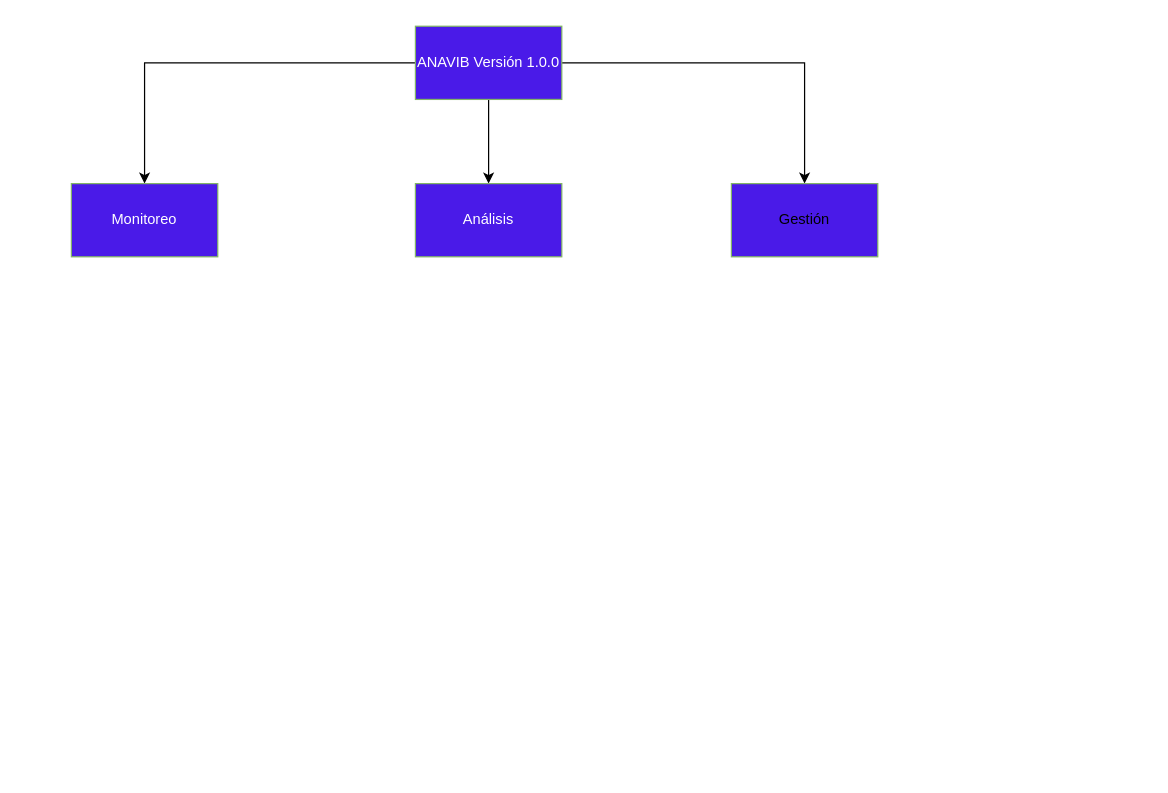
This is Diagramas/Untitled Diagram.drawio from Cesar0112/ANAVIB, a draw.io file, before an edit. Source tidied: cells renumbered, new cells numbered last; positions are measured from the earlier drawing's top-left corner, leaving out a move shared by most shapes. Both pictures are drawn from the tidied source at 122%, with x=0, y=0 at pixel (71, 26).
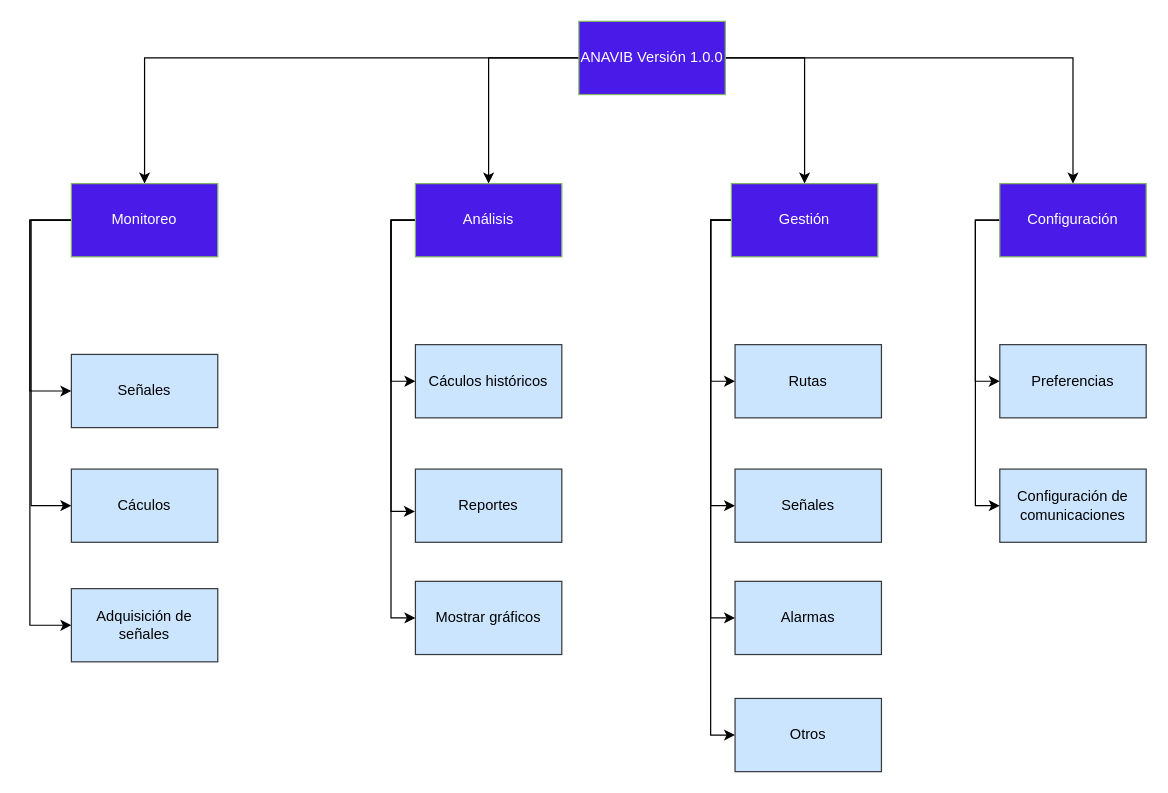
The same page after the edit.

The change refers to these unchanged cells:
```xml
<mxCell id="6" value="&lt;font color=&quot;#ffffff&quot;&gt;Monitoreo&lt;/font&gt;" style="rounded=0;whiteSpace=wrap;html=1;fillColor=#4A1AE8;strokeColor=#82b366;" parent="1" vertex="1">
  <mxGeometry y="129" width="120" height="60" as="geometry" />
</mxCell>
<mxCell id="7" value="&lt;font color=&quot;#ffffff&quot;&gt;Análisis&lt;/font&gt;" style="rounded=0;whiteSpace=wrap;html=1;fillColor=#4A1AE8;strokeColor=#82b366;" parent="1" vertex="1">
  <mxGeometry x="282" y="129" width="120" height="60" as="geometry" />
</mxCell>
```

The edit, as a diff of the source:
```diff
@@
+    <mxCell id="9" style="edgeStyle=orthogonalEdgeStyle;rounded=0;jettySize=auto;html=1;exitX=1;exitY=0.5;exitDx=0;exitDy=0;" parent="1" edge="1" source="5" target="22">
+      <mxGeometry relative="1" as="geometry" />
+    </mxCell>
     <mxCell id="5" value="&lt;font color=&quot;#ffffff&quot;&gt;ANAVIB Versión 1.0.0&lt;/font&gt;" style="rounded=0;whiteSpace=wrap;html=1;fillColor=#4A1AE8;strokeColor=#82b366;" parent="1" vertex="1">
-      <mxGeometry x="282" width="120" height="60" as="geometry" />
+      <mxGeometry x="416" y="-4" width="120" height="60" as="geometry" />
     </mxCell>
+    <mxCell id="10" style="edgeStyle=orthogonalEdgeStyle;rounded=0;jettySize=auto;html=1;" parent="1" edge="1" source="6" target="23">
+      <mxGeometry relative="1" as="geometry">
+        <Array as="points">
+          <mxPoint x="-34" y="159" />
+          <mxPoint x="-34" y="299" />
+        </Array>
+      </mxGeometry>
+    </mxCell>
+    <mxCell id="11" style="edgeStyle=orthogonalEdgeStyle;rounded=0;jettySize=auto;html=1;entryX=0;entryY=0.5;entryDx=0;entryDy=0;exitX=0.014;exitY=0.387;exitDx=0;exitDy=0;exitPerimeter=0;" parent="1" edge="1" source="6" target="24">
+      <mxGeometry relative="1" as="geometry">
+        <Array as="points">
+          <mxPoint x="2" y="159" />
+          <mxPoint x="-33" y="159" />
+          <mxPoint x="-33" y="393" />
+        </Array>
+      </mxGeometry>
+    </mxCell>
+    <mxCell id="12" style="edgeStyle=orthogonalEdgeStyle;rounded=0;jettySize=auto;html=1;entryX=0;entryY=0.5;entryDx=0;entryDy=0;" parent="1" edge="1" source="6" target="25">
+      <mxGeometry relative="1" as="geometry">
+        <Array as="points">
+          <mxPoint x="-34" y="159" />
+          <mxPoint x="-34" y="491" />
+        </Array>
+      </mxGeometry>
+    </mxCell>
@@
+    <mxCell id="13" style="edgeStyle=orthogonalEdgeStyle;rounded=0;jettySize=auto;html=1;entryX=0;entryY=0.5;entryDx=0;entryDy=0;" parent="1" edge="1" source="7" target="26">
+      <mxGeometry relative="1" as="geometry">
+        <Array as="points">
+          <mxPoint x="262" y="159" />
+          <mxPoint x="262" y="291" />
+        </Array>
+      </mxGeometry>
+    </mxCell>
+    <mxCell id="14" style="edgeStyle=orthogonalEdgeStyle;rounded=0;jettySize=auto;html=1;entryX=-0.003;entryY=0.579;entryDx=0;entryDy=0;entryPerimeter=0;" parent="1" edge="1" source="7" target="27">
+      <mxGeometry relative="1" as="geometry">
+        <Array as="points">
+          <mxPoint x="262" y="159" />
+          <mxPoint x="262" y="398" />
+        </Array>
+      </mxGeometry>
+    </mxCell>
+    <mxCell id="15" style="edgeStyle=orthogonalEdgeStyle;rounded=0;jettySize=auto;html=1;entryX=0;entryY=0.5;entryDx=0;entryDy=0;" parent="1" edge="1" source="7" target="28">
+      <mxGeometry relative="1" as="geometry">
+        <Array as="points">
+          <mxPoint x="262" y="159" />
+          <mxPoint x="262" y="485" />
+        </Array>
+      </mxGeometry>
+    </mxCell>
@@
+    <mxCell id="16" style="edgeStyle=orthogonalEdgeStyle;rounded=0;jettySize=auto;html=1;entryX=0;entryY=0.5;entryDx=0;entryDy=0;" parent="1" edge="1" source="8" target="29">
+      <mxGeometry relative="1" as="geometry">
+        <Array as="points">
+          <mxPoint x="524" y="159" />
+          <mxPoint x="524" y="291" />
+        </Array>
+      </mxGeometry>
+    </mxCell>
+    <mxCell id="17" style="edgeStyle=orthogonalEdgeStyle;rounded=0;jettySize=auto;html=1;entryX=0;entryY=0.5;entryDx=0;entryDy=0;" parent="1" edge="1" source="8" target="30">
+      <mxGeometry relative="1" as="geometry">
+        <Array as="points">
+          <mxPoint x="524" y="159" />
+          <mxPoint x="524" y="393" />
+        </Array>
+      </mxGeometry>
+    </mxCell>
+    <mxCell id="18" style="edgeStyle=orthogonalEdgeStyle;rounded=0;jettySize=auto;html=1;entryX=0;entryY=0.5;entryDx=0;entryDy=0;" parent="1" edge="1" source="8" target="31">
+      <mxGeometry relative="1" as="geometry">
+        <Array as="points">
+          <mxPoint x="524" y="159" />
+          <mxPoint x="524" y="485" />
+        </Array>
+      </mxGeometry>
+    </mxCell>
+    <mxCell id="19" style="edgeStyle=orthogonalEdgeStyle;rounded=0;jettySize=auto;html=1;entryX=0;entryY=0.5;entryDx=0;entryDy=0;" parent="1" edge="1" source="8" target="32">
+      <mxGeometry relative="1" as="geometry">
+        <Array as="points">
+          <mxPoint x="524" y="159" />
+          <mxPoint x="524" y="581" />
+        </Array>
+      </mxGeometry>
+    </mxCell>
-    <mxCell id="8" value="Gestión" style="whiteSpace=wrap;html=1;fillColor=#4A1AE8;strokeColor=#82b366;rounded=0;" parent="1" vertex="1">
+    <mxCell id="8" value="Gestión" style="whiteSpace=wrap;html=1;fillColor=#4A1AE8;strokeColor=#82b366;rounded=0;fontColor=#FFFFFF;" parent="1" vertex="1">
       <mxGeometry x="541" y="129" width="120" height="60" as="geometry" />
     </mxCell>
+    <mxCell id="20" style="edgeStyle=orthogonalEdgeStyle;rounded=0;jettySize=auto;html=1;entryX=0;entryY=0.5;entryDx=0;entryDy=0;" parent="1" edge="1" source="22" target="33">
+      <mxGeometry relative="1" as="geometry">
+        <Array as="points">
+          <mxPoint x="741" y="159" />
+          <mxPoint x="741" y="291" />
+        </Array>
+      </mxGeometry>
+    </mxCell>
+    <mxCell id="21" style="edgeStyle=orthogonalEdgeStyle;rounded=0;jettySize=auto;html=1;entryX=0;entryY=0.5;entryDx=0;entryDy=0;" parent="1" edge="1" source="22" target="34">
+      <mxGeometry relative="1" as="geometry">
+        <Array as="points">
+          <mxPoint x="741" y="159" />
+          <mxPoint x="741" y="393" />
+        </Array>
+      </mxGeometry>
+    </mxCell>
+    <mxCell id="22" value="Configuración" style="whiteSpace=wrap;html=1;fillColor=#4A1AE8;strokeColor=#82b366;rounded=0;fontColor=#FFFFFF;" parent="1" vertex="1">
+      <mxGeometry x="761" y="129" width="120" height="60" as="geometry" />
+    </mxCell>
+    <mxCell id="23" value="Señales" style="rounded=0;whiteSpace=wrap;html=1;fillColor=#cce5ff;strokeColor=#36393d;labelBackgroundColor=none;" parent="1" vertex="1">
+      <mxGeometry y="269" width="120" height="60" as="geometry" />
+    </mxCell>
+    <mxCell id="24" value="Cáculos" style="rounded=0;whiteSpace=wrap;html=1;fillColor=#cce5ff;strokeColor=#36393d;labelBackgroundColor=none;" parent="1" vertex="1">
+      <mxGeometry y="363" width="120" height="60" as="geometry" />
+    </mxCell>
+    <mxCell id="25" value="Adquisición de señales" style="rounded=0;whiteSpace=wrap;html=1;fillColor=#cce5ff;strokeColor=#36393d;labelBackgroundColor=none;" parent="1" vertex="1">
+      <mxGeometry y="461" width="120" height="60" as="geometry" />
+    </mxCell>
+    <mxCell id="26" value="Cáculos históricos" style="rounded=0;whiteSpace=wrap;html=1;fillColor=#cce5ff;strokeColor=#36393d;labelBackgroundColor=none;" parent="1" vertex="1">
+      <mxGeometry x="282" y="261" width="120" height="60" as="geometry" />
+    </mxCell>
+    <mxCell id="27" value="Reportes" style="rounded=0;whiteSpace=wrap;html=1;fillColor=#cce5ff;strokeColor=#36393d;labelBackgroundColor=none;" parent="1" vertex="1">
+      <mxGeometry x="282" y="363" width="120" height="60" as="geometry" />
+    </mxCell>
+    <mxCell id="28" value="Mostrar gráficos" style="rounded=0;whiteSpace=wrap;html=1;fillColor=#cce5ff;strokeColor=#36393d;labelBackgroundColor=none;" parent="1" vertex="1">
+      <mxGeometry x="282" y="455" width="120" height="60" as="geometry" />
+    </mxCell>
+    <mxCell id="29" value="Rutas" style="rounded=0;whiteSpace=wrap;html=1;fillColor=#cce5ff;strokeColor=#36393d;labelBackgroundColor=none;" parent="1" vertex="1">
+      <mxGeometry x="544" y="261" width="120" height="60" as="geometry" />
+    </mxCell>
+    <mxCell id="30" value="Señales" style="rounded=0;whiteSpace=wrap;html=1;fillColor=#cce5ff;strokeColor=#36393d;labelBackgroundColor=none;" parent="1" vertex="1">
+      <mxGeometry x="544" y="363" width="120" height="60" as="geometry" />
+    </mxCell>
+    <mxCell id="31" value="Alarmas" style="rounded=0;whiteSpace=wrap;html=1;fillColor=#cce5ff;strokeColor=#36393d;labelBackgroundColor=none;" parent="1" vertex="1">
+      <mxGeometry x="544" y="455" width="120" height="60" as="geometry" />
+    </mxCell>
+    <mxCell id="32" value="Otros" style="rounded=0;whiteSpace=wrap;html=1;fillColor=#cce5ff;strokeColor=#36393d;labelBackgroundColor=none;" parent="1" vertex="1">
+      <mxGeometry x="544" y="551" width="120" height="60" as="geometry" />
+    </mxCell>
+    <mxCell id="33" value="Preferencias" style="rounded=0;whiteSpace=wrap;html=1;fillColor=#cce5ff;strokeColor=#36393d;labelBackgroundColor=none;" parent="1" vertex="1">
+      <mxGeometry x="761" y="261" width="120" height="60" as="geometry" />
+    </mxCell>
+    <mxCell id="34" value="Configuración de comunicaciones" style="rounded=0;whiteSpace=wrap;html=1;fillColor=#cce5ff;strokeColor=#36393d;labelBackgroundColor=none;" parent="1" vertex="1">
+      <mxGeometry x="761" y="363" width="120" height="60" as="geometry" />
+    </mxCell>
```
